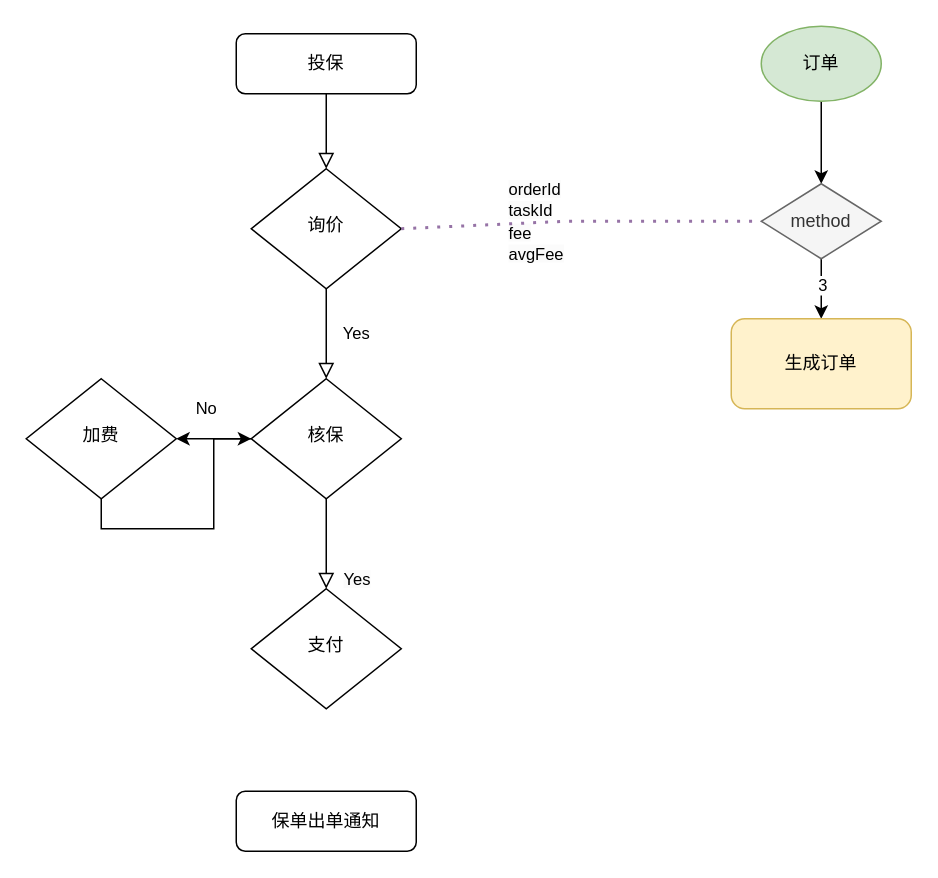
zhanghaiyang1/draw keeps this draw.io diagram as insur/pa-group.drawio. Above is the earlier version. Source tidied: cells renumbered, new cells numbered last; positions are measured from the earlier drawing's top-left corner, leaving out a move shared by most shapes. Both pictures are drawn from the tidied source at 150%, with x=0, y=0 at pixel (26, 26).
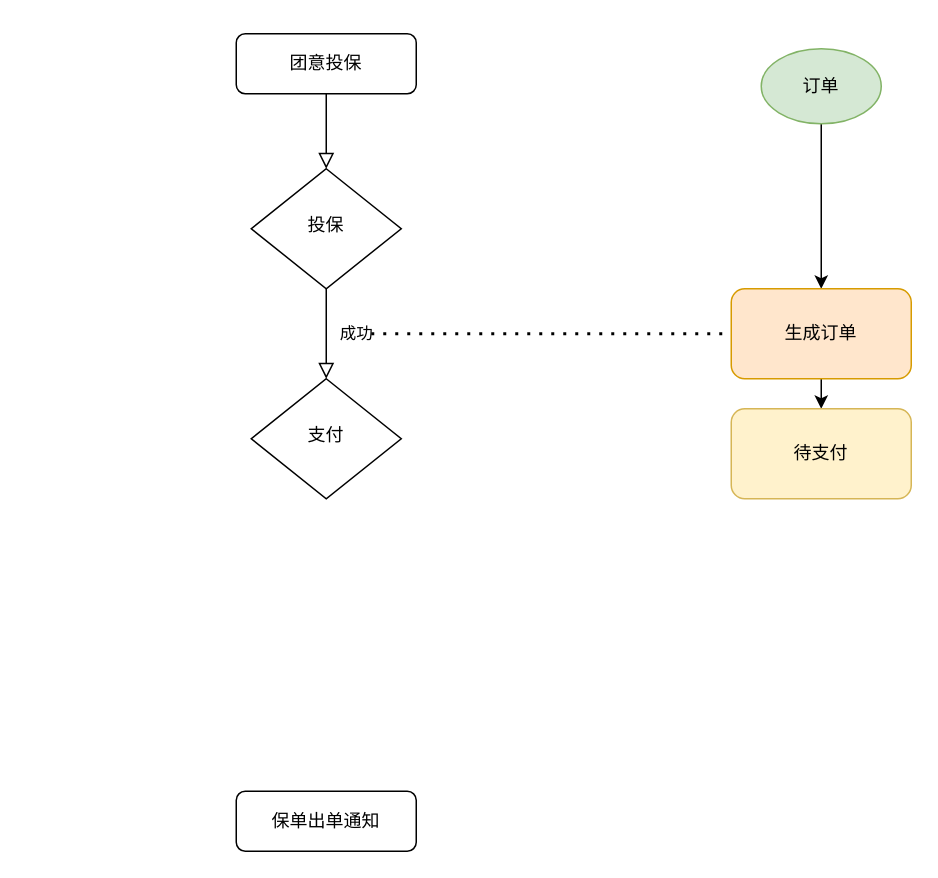
After the change.

Change to the diagram source:
```diff
@@
-    <mxCell id="3" value="投保" style="rounded=1;whiteSpace=wrap;html=1;fontSize=12;glass=0;strokeWidth=1;shadow=0;" parent="1" vertex="1">
+    <mxCell id="3" value="团意投保" style="rounded=1;whiteSpace=wrap;html=1;fontSize=12;glass=0;strokeWidth=1;shadow=0;" parent="1" vertex="1">
       <mxGeometry x="140" y="5" width="120" height="40" as="geometry" />
     </mxCell>
-    <mxCell id="4" value="Yes" style="rounded=0;html=1;jettySize=auto;fontSize=11;endArrow=block;endFill=0;endSize=8;strokeWidth=1;shadow=0;labelBackgroundColor=none;edgeStyle=orthogonalEdgeStyle;" parent="1" edge="1" source="5" target="8">
+    <mxCell id="4" value="成功" style="rounded=0;html=1;jettySize=auto;fontSize=11;endArrow=block;endFill=0;endSize=8;strokeWidth=1;shadow=0;labelBackgroundColor=none;edgeStyle=orthogonalEdgeStyle;" parent="1" edge="1" source="5" target="8">
       <mxGeometry y="20" relative="1" as="geometry" />
     </mxCell>
-    <mxCell id="5" value="询价" style="rhombus;whiteSpace=wrap;html=1;shadow=0;fontFamily=Helvetica;fontSize=12;align=center;strokeWidth=1;spacing=6;spacingTop=-4;" parent="1" vertex="1">
+    <mxCell id="5" value="投保" style="rhombus;whiteSpace=wrap;html=1;shadow=0;fontFamily=Helvetica;fontSize=12;align=center;strokeWidth=1;spacing=6;spacingTop=-4;" parent="1" vertex="1">
       <mxGeometry x="150" y="95" width="100" height="80" as="geometry" />
     </mxCell>
-    <mxCell id="6" value="No" style="rounded=0;html=1;jettySize=auto;fontSize=11;endArrow=block;endFill=0;endSize=8;strokeWidth=1;shadow=0;labelBackgroundColor=none;edgeStyle=orthogonalEdgeStyle;" parent="1" edge="1" source="8">
-      <mxGeometry x="-1" y="-100" relative="1" as="geometry">
-        <mxPoint x="200" y="375" as="targetPoint" />
-        <mxPoint x="20" y="-60" as="offset" />
-      </mxGeometry>
-    </mxCell>
-    <mxCell id="7" style="edgeStyle=orthogonalEdgeStyle;rounded=0;jettySize=auto;html=1;exitX=0;exitY=0.5;exitDx=0;exitDy=0;entryX=1;entryY=0.5;entryDx=0;entryDy=0;" parent="1" edge="1" source="8" target="12">
-      <mxGeometry relative="1" as="geometry" />
-    </mxCell>
-    <mxCell id="8" value="核保" style="rhombus;whiteSpace=wrap;html=1;shadow=0;fontFamily=Helvetica;fontSize=12;align=center;strokeWidth=1;spacing=6;spacingTop=-4;" parent="1" vertex="1">
+    <mxCell id="8" value="支付" style="rhombus;whiteSpace=wrap;html=1;shadow=0;fontFamily=Helvetica;fontSize=12;align=center;strokeWidth=1;spacing=6;spacingTop=-4;" parent="1" vertex="1">
       <mxGeometry x="150" y="235" width="100" height="80" as="geometry" />
     </mxCell>
-    <mxCell id="9" value="&lt;span style=&quot;color: rgb(0, 0, 0); font-family: Helvetica; font-size: 11px; font-style: normal; font-variant-ligatures: normal; font-variant-caps: normal; font-weight: 400; letter-spacing: normal; orphans: 2; text-align: center; text-indent: 0px; text-transform: none; widows: 2; word-spacing: 0px; -webkit-text-stroke-width: 0px; background-color: rgb(251, 251, 251); text-decoration-thickness: initial; text-decoration-style: initial; text-decoration-color: initial; float: none; display: inline !important;&quot;&gt;orderId&lt;br&gt;taskId&lt;br&gt;fee&lt;br&gt;avgFee&lt;br&gt;&lt;/span&gt;" style="text;whiteSpace=wrap;html=1;" parent="1" vertex="1">
-      <mxGeometry x="320" y="95" width="50" height="40" as="geometry" />
-    </mxCell>
-    <mxCell id="10" value="支付" style="rhombus;whiteSpace=wrap;html=1;shadow=0;fontFamily=Helvetica;fontSize=12;align=center;strokeWidth=1;spacing=6;spacingTop=-4;" parent="1" vertex="1">
-      <mxGeometry x="150" y="375" width="100" height="80" as="geometry" />
-    </mxCell>
-    <mxCell id="11" style="edgeStyle=orthogonalEdgeStyle;rounded=0;jettySize=auto;html=1;exitX=0.5;exitY=1;exitDx=0;exitDy=0;" parent="1" edge="1" source="12" target="8">
-      <mxGeometry relative="1" as="geometry" />
-    </mxCell>
-    <mxCell id="12" value="加费" style="rhombus;whiteSpace=wrap;html=1;shadow=0;fontFamily=Helvetica;fontSize=12;align=center;strokeWidth=1;spacing=6;spacingTop=-4;" parent="1" vertex="1">
-      <mxGeometry y="235" width="100" height="80" as="geometry" />
-    </mxCell>
-    <mxCell id="13" value="&lt;span style=&quot;color: rgb(0, 0, 0); font-family: Helvetica; font-size: 11px; font-style: normal; font-variant-ligatures: normal; font-variant-caps: normal; font-weight: 400; letter-spacing: normal; orphans: 2; text-align: center; text-indent: 0px; text-transform: none; widows: 2; word-spacing: 0px; -webkit-text-stroke-width: 0px; background-color: rgb(251, 251, 251); text-decoration-thickness: initial; text-decoration-style: initial; text-decoration-color: initial; float: none; display: inline !important;&quot;&gt;Yes&lt;/span&gt;" style="text;whiteSpace=wrap;html=1;" parent="1" vertex="1">
-      <mxGeometry x="210" y="355" width="50" height="40" as="geometry" />
-    </mxCell>
@@
-    <mxCell id="15" style="edgeStyle=orthogonalEdgeStyle;rounded=0;jettySize=auto;html=1;exitX=0.5;exitY=1;exitDx=0;exitDy=0;" parent="1" edge="1" source="16">
-      <mxGeometry relative="1" as="geometry">
-        <mxPoint x="530" y="105" as="targetPoint" />
-      </mxGeometry>
-    </mxCell>
+    <mxCell id="22" style="edgeStyle=orthogonalEdgeStyle;rounded=0;jettySize=auto;html=1;exitX=0.5;exitY=1;exitDx=0;exitDy=0;" parent="1" edge="1" source="16" target="20">
+      <mxGeometry relative="1" as="geometry" />
+    </mxCell>
     <mxCell id="16" value="订单" style="ellipse;whiteSpace=wrap;html=1;fillColor=#d5e8d4;strokeColor=#82b366;" parent="1" vertex="1">
-      <mxGeometry x="490" width="80" height="50" as="geometry" />
+      <mxGeometry x="490" y="15" width="80" height="50" as="geometry" />
     </mxCell>
-    <mxCell id="17" style="edgeStyle=orthogonalEdgeStyle;rounded=0;jettySize=auto;html=1;exitX=0.5;exitY=1;exitDx=0;exitDy=0;entryX=0.5;entryY=0;entryDx=0;entryDy=0;" parent="1" edge="1" source="19" target="20">
-      <mxGeometry relative="1" as="geometry" />
-    </mxCell>
-    <mxCell id="18" value="3" style="edgeLabel;html=1;align=center;verticalAlign=middle;" parent="17" vertex="1">
-      <mxGeometry x="-0.17" relative="1" as="geometry" />
-    </mxCell>
-    <mxCell id="19" value="method" style="rhombus;whiteSpace=wrap;html=1;fillColor=#f5f5f5;fontColor=#333333;strokeColor=#666666;" parent="1" vertex="1">
-      <mxGeometry x="490" y="105" width="80" height="50" as="geometry" />
-    </mxCell>
+    <mxCell id="23" style="edgeStyle=orthogonalEdgeStyle;rounded=0;jettySize=auto;html=1;exitX=0.5;exitY=1;exitDx=0;exitDy=0;entryX=0.5;entryY=0;entryDx=0;entryDy=0;" parent="1" edge="1" source="20" target="25">
+      <mxGeometry relative="1" as="geometry" />
+    </mxCell>
-    <mxCell id="20" value="生成订单" style="rounded=1;whiteSpace=wrap;html=1;fillColor=#fff2cc;strokeColor=#d6b656;" parent="1" vertex="1">
-      <mxGeometry x="470" y="195" width="120" height="60" as="geometry" />
+    <mxCell id="20" value="生成订单" style="rounded=1;whiteSpace=wrap;html=1;fillColor=#ffe6cc;strokeColor=#d79b00;" parent="1" vertex="1">
+      <mxGeometry x="470" y="175" width="120" height="60" as="geometry" />
     </mxCell>
-    <mxCell id="21" style="endArrow=none;dashed=1;html=1;dashPattern=1 3;strokeWidth=2;rounded=0;entryX=0;entryY=0.5;entryDx=0;entryDy=0;exitX=1;exitY=0.5;exitDx=0;exitDy=0;fillColor=#e1d5e7;strokeColor=#9673a6;" parent="1" edge="1" source="5" target="19">
-      <mxGeometry relative="1" as="geometry">
-        <Array as="points">
-          <mxPoint x="360" y="130" />
-        </Array>
-      </mxGeometry>
-    </mxCell>
+    <mxCell id="24" style="endArrow=none;dashed=1;html=1;dashPattern=1 3;strokeWidth=2;rounded=0;entryX=0;entryY=0.5;entryDx=0;entryDy=0;" parent="1" edge="1" target="20">
+      <mxGeometry relative="1" as="geometry">
+        <mxPoint x="230" y="205" as="sourcePoint" />
+      </mxGeometry>
+    </mxCell>
+    <mxCell id="25" value="待支付" style="rounded=1;whiteSpace=wrap;html=1;fillColor=#fff2cc;strokeColor=#d6b656;" parent="1" vertex="1">
+      <mxGeometry x="470" y="255" width="120" height="60" as="geometry" />
+    </mxCell>
```
